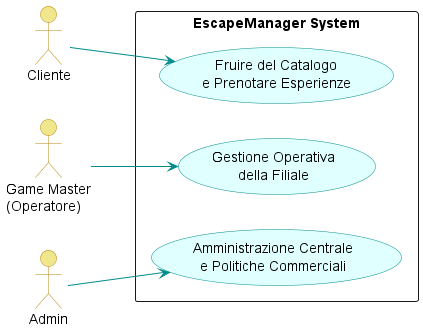
Adrycasta04/EscapeManager keeps this PlantUML diagram as LaTeX/images/usecase_diagram_ridotto.png. Above is the earlier version. The source it was exported from:
```plantuml
@startuml usecase_diagram_ridotto.puml
left to right direction
skinparam packageStyle rectangle
skinparam usecase {
    BackgroundColor LightCyan
    BorderColor DarkCyan
    ArrowColor DarkCyan
}
skinparam actor {
    BackgroundColor Khaki
    BorderColor DarkGoldenRod
}

actor "Cliente" as C
actor "Game Master\n(Operatore)" as GM
actor "Admin" as A

rectangle "EscapeManager System" {

    usecase "Fruire del Catalogo\ne Prenotare Esperienze" as UC_Macro1
    usecase "Gestione Operativa\ndella Filiale" as UC_Macro2
    usecase "Amministrazione Centrale\ne Politiche Commerciali" as UC_Macro3

}

C --> UC_Macro1
GM --> UC_Macro2
A --> UC_Macro3

@enduml
```
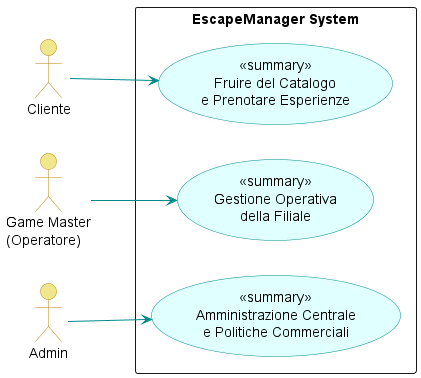
The same diagram one commit later.

Commit message:
feat: Aggiungi GestioneStatoController e TariffeController con logica per la gestione delle stanze e tariffe

Diff of the diagram source:
```diff
@@ -1,10 +1,13 @@
-@startuml usecase_diagram_ridotto.puml
+@startuml usecase_diagram_ridotto
 left to right direction
 skinparam packageStyle rectangle
 skinparam usecase {
     BackgroundColor LightCyan
     BorderColor DarkCyan
     ArrowColor DarkCyan
+}
+skinparam usecase<<summary>> {
+    StereotypeFontSize 11
 }
 skinparam actor {
     BackgroundColor Khaki
@@ -17,9 +20,9 @@
 
 rectangle "EscapeManager System" {
 
-    usecase "Fruire del Catalogo\ne Prenotare Esperienze" as UC_Macro1
-    usecase "Gestione Operativa\ndella Filiale" as UC_Macro2
-    usecase "Amministrazione Centrale\ne Politiche Commerciali" as UC_Macro3
+    usecase "<<summary>>\nFruire del Catalogo\ne Prenotare Esperienze" as UC_Macro1
+    usecase "<<summary>>\nGestione Operativa\ndella Filiale" as UC_Macro2
+    usecase "<<summary>>\nAmministrazione Centrale\ne Politiche Commerciali" as UC_Macro3
 
 }
 
```
